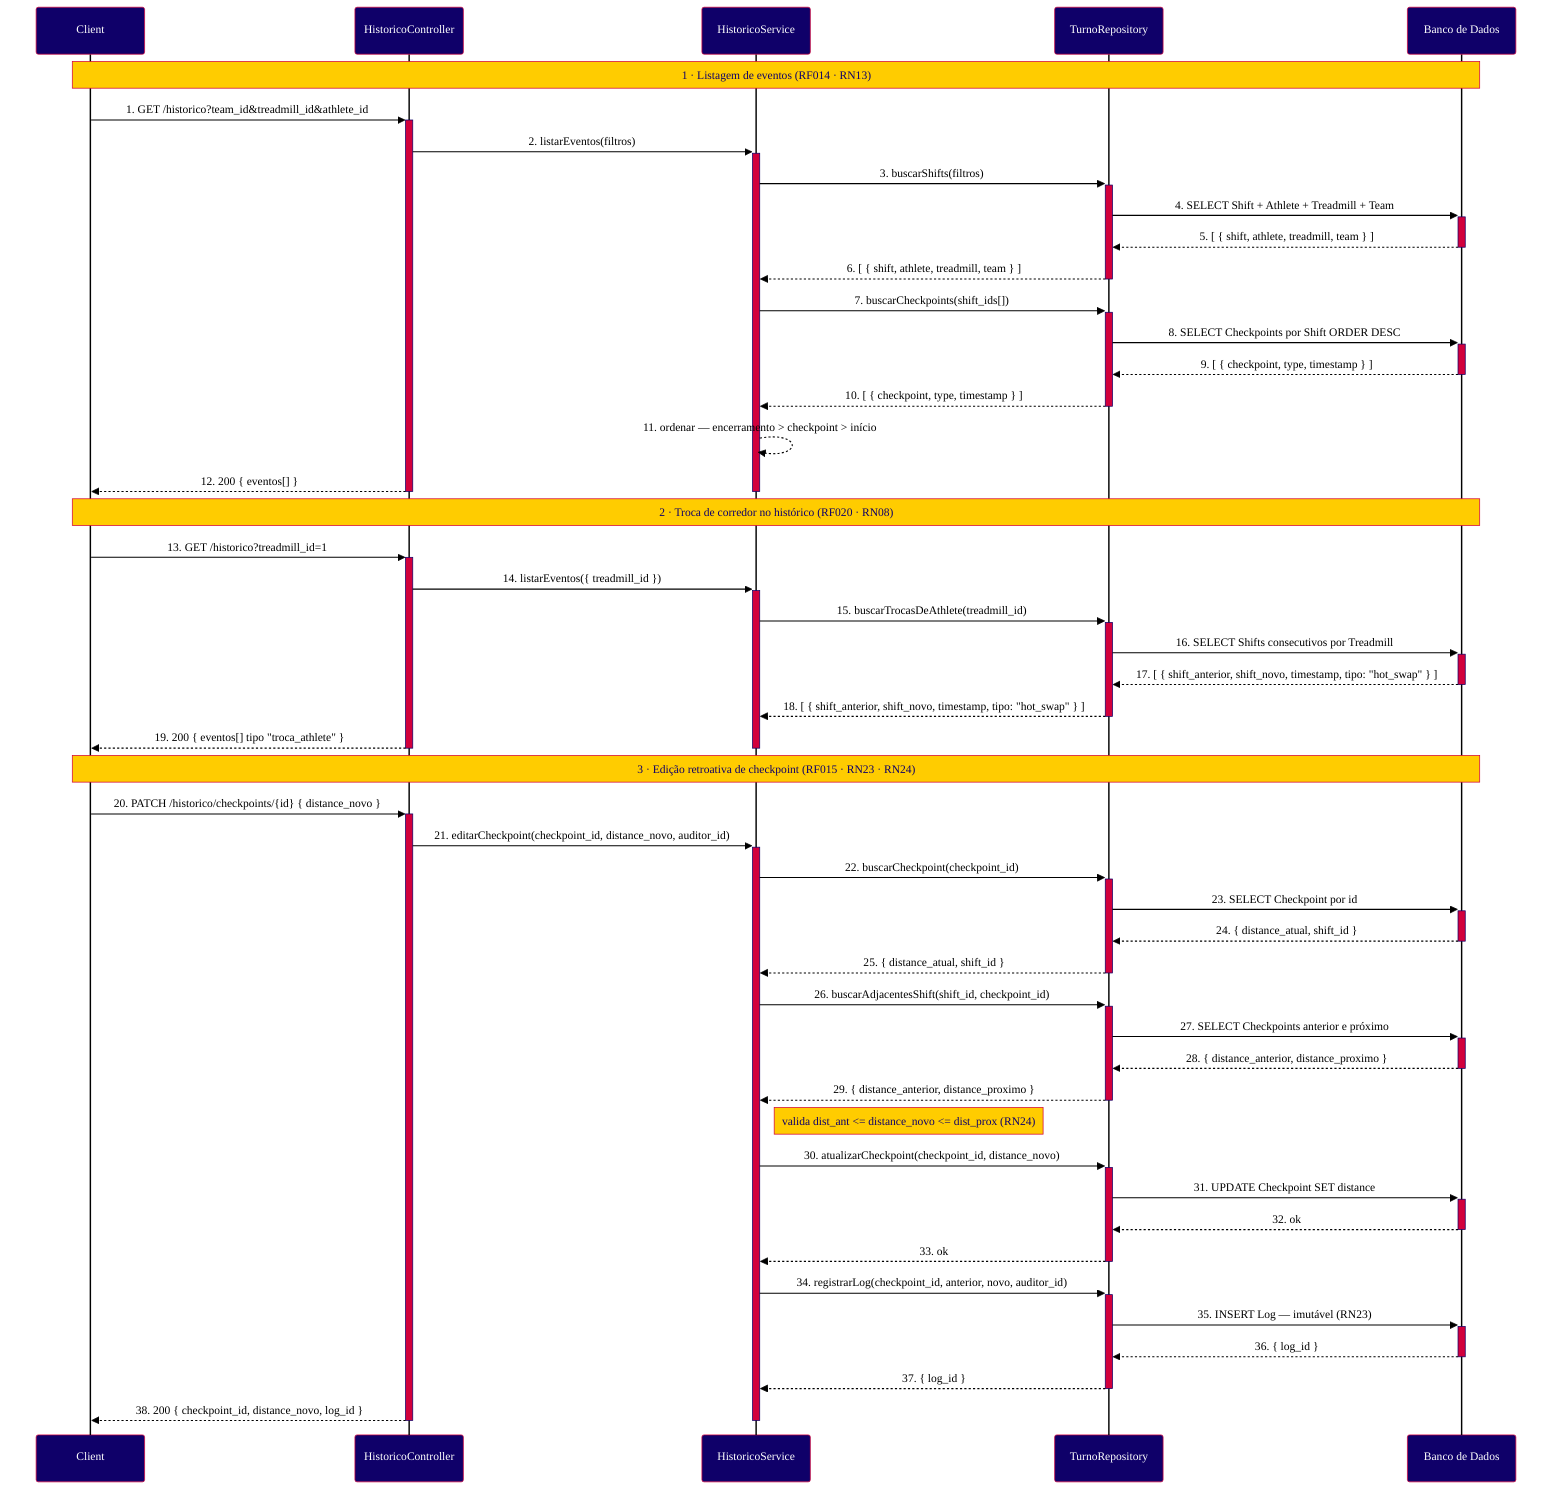
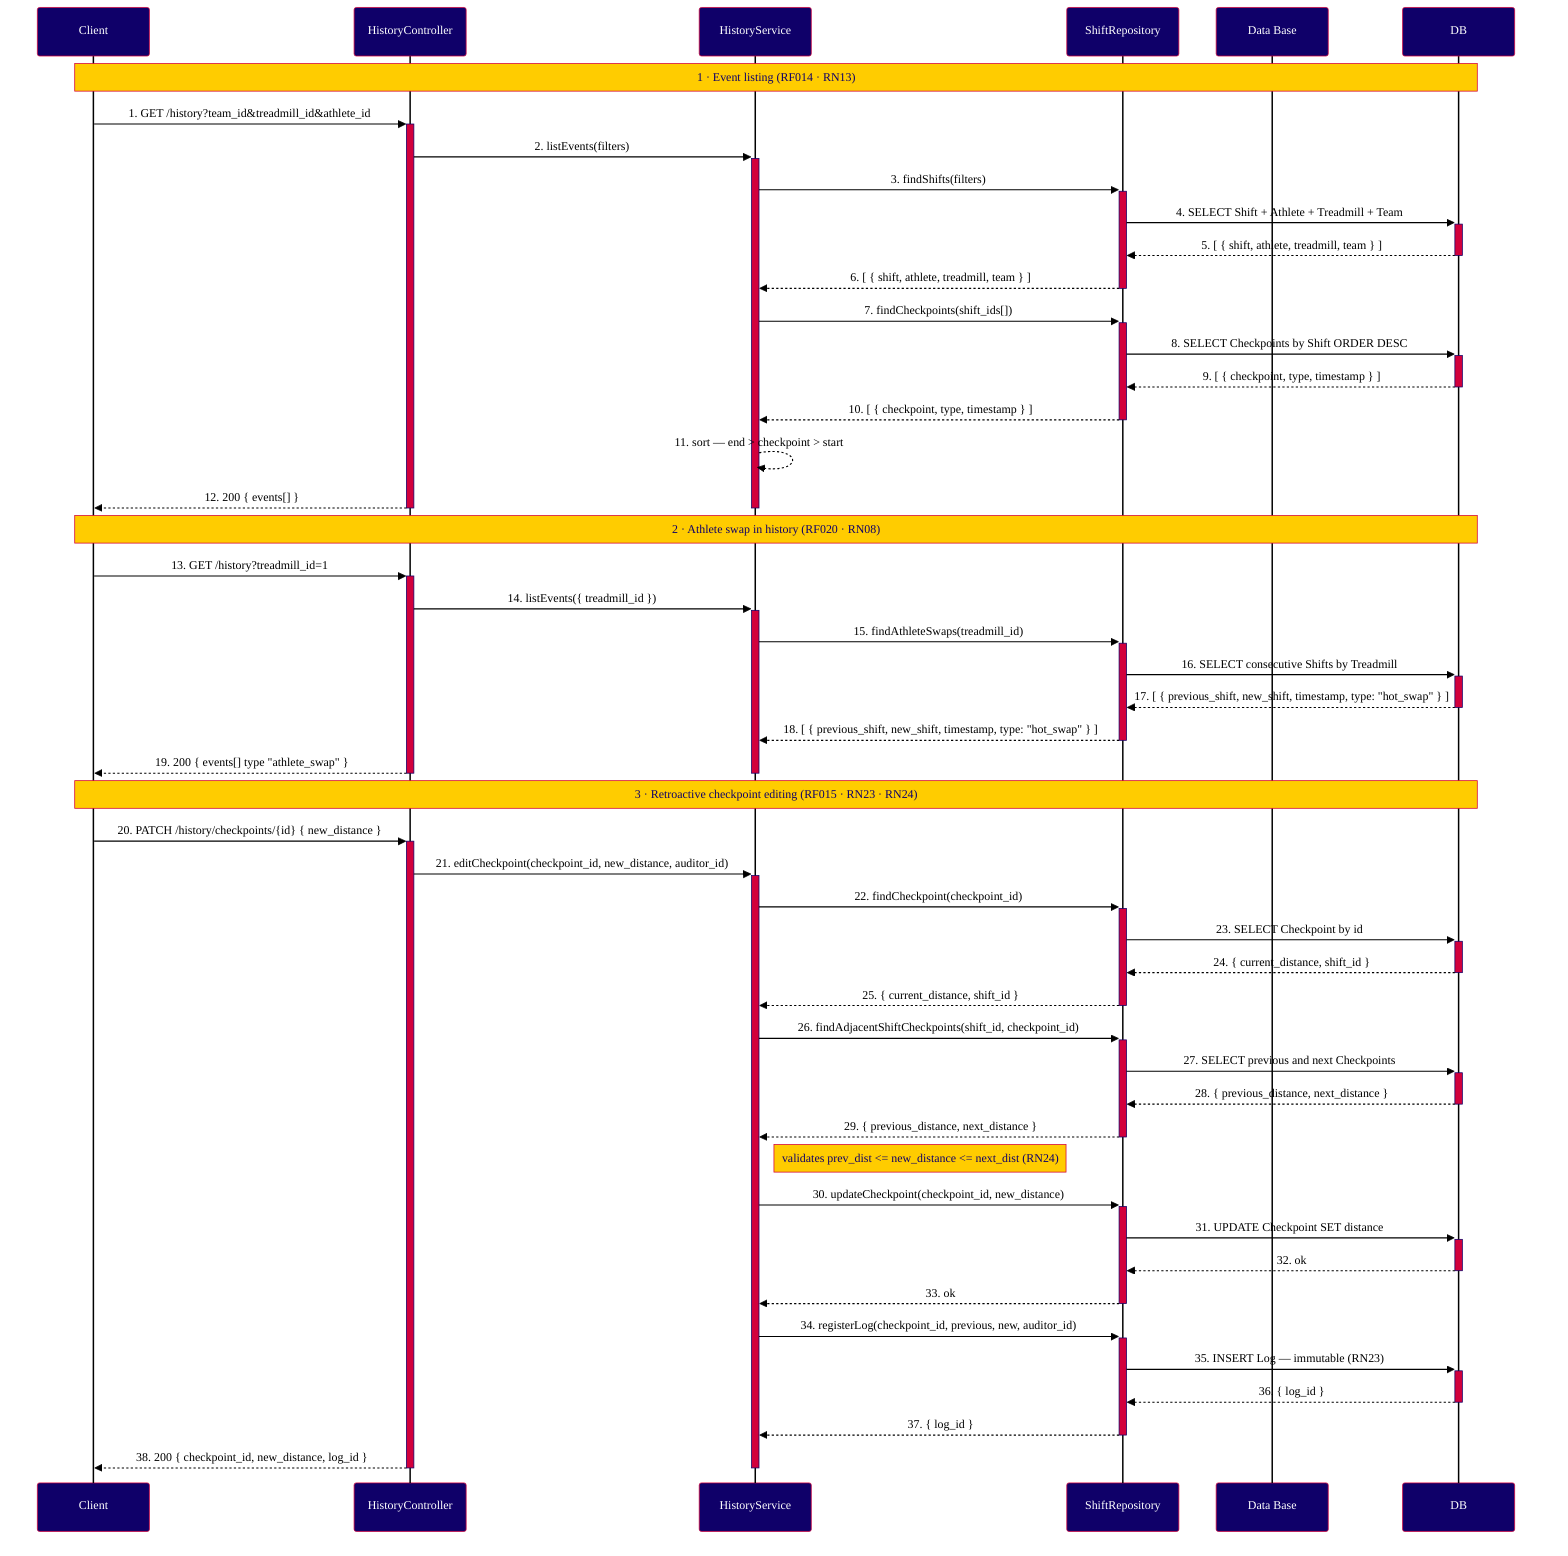

%%{init: {
  "theme": "base",
  "themeVariables": {
    "primaryColor": "#0F0069",
    "primaryTextColor": "#FFFFFF",
    "primaryBorderColor": "#D2003C",
    "secondaryColor": "#D2003C",
    "secondaryTextColor": "#FFFFFF",
    "secondaryBorderColor": "#D2003C",
    "tertiaryColor": "#E8E8F5",
    "tertiaryTextColor": "#0F0069",
    "tertiaryBorderColor": "#0F0069",
    "noteBkgColor": "#FFCC00",
    "noteTextColor": "#0F0069",
    "noteBorderColor": "#D2003C",
    "activationBkgColor": "#D2003C",
    "activationBorderColor": "#0F0069",
    "actorBkg": "#0F0069",
    "actorTextColor": "#FFFFFF",
    "actorBorderColor": "#D2003C",
    "actorLineColor": "#000000",
    "signalColor": "#000000",
    "signalTextColor": "#000000",
    "labelBoxBkgColor": "#E8E8F5",
    "labelBoxBorderColor": "#0F0069",
    "labelTextColor": "#0F0069",
    "loopTextColor": "#0F0069",
    "fontFamily": "Arial, sans-serif",
    "fontSize": "14px",
    "background": "#FFFFFF"
  }
}}%%
sequenceDiagram
    participant C as Client
-     participant HC as HistoricoController
-     participant HS as HistoricoService
-     participant TR as TurnoRepository
-     participant BD as Banco de Dados
+     participant HC as HistoryController
+     participant HS as HistoryService
+     participant TR as ShiftRepository
+     participant BD as Data Base

-     Note over C,BD: 1 · Listagem de eventos (RF014 · RN13)
+     Note over C,DB: 1 · Event listing (RF014 · RN13)

-     C->>+HC: 1. GET /historico?team_id&treadmill_id&athlete_id
-     HC->>+HS: 2. listarEventos(filtros)
-     HS->>+TR: 3. buscarShifts(filtros)
-     TR->>+BD: 4. SELECT Shift + Athlete + Treadmill + Team
-     BD-->>-TR: 5. [ { shift, athlete, treadmill, team } ]
+     C->>+HC: 1. GET /history?team_id&treadmill_id&athlete_id
+     HC->>+HS: 2. listEvents(filters)
+     HS->>+TR: 3. findShifts(filters)
+     TR->>+DB: 4. SELECT Shift + Athlete + Treadmill + Team
+     DB-->>-TR: 5. [ { shift, athlete, treadmill, team } ]
    TR-->>-HS: 6. [ { shift, athlete, treadmill, team } ]
-     HS->>+TR: 7. buscarCheckpoints(shift_ids[])
-     TR->>+BD: 8. SELECT Checkpoints por Shift ORDER DESC
-     BD-->>-TR: 9. [ { checkpoint, type, timestamp } ]
+ 
+     HS->>+TR: 7. findCheckpoints(shift_ids[])
+     TR->>+DB: 8. SELECT Checkpoints by Shift ORDER DESC
+     DB-->>-TR: 9. [ { checkpoint, type, timestamp } ]
    TR-->>-HS: 10. [ { checkpoint, type, timestamp } ]
-     HS-->>HS: 11. ordenar — encerramento > checkpoint > início
-     HC-->>-C: 12. 200 { eventos[] }
+ 
+     HS-->>HS: 11. sort — end > checkpoint > start
+     HC-->>-C: 12. 200 { events[] }
    deactivate HS

-     Note over C,BD: 2 · Troca de corredor no histórico (RF020 · RN08)
+     Note over C,DB: 2 · Athlete swap in history (RF020 · RN08)

-     C->>+HC: 13. GET /historico?treadmill_id=1
-     HC->>+HS: 14. listarEventos({ treadmill_id })
-     HS->>+TR: 15. buscarTrocasDeAthlete(treadmill_id)
-     TR->>+BD: 16. SELECT Shifts consecutivos por Treadmill
-     BD-->>-TR: 17. [ { shift_anterior, shift_novo, timestamp, tipo: "hot_swap" } ]
-     TR-->>-HS: 18. [ { shift_anterior, shift_novo, timestamp, tipo: "hot_swap" } ]
-     HC-->>-C: 19. 200 { eventos[] tipo "troca_athlete" }
+     C->>+HC: 13. GET /history?treadmill_id=1
+     HC->>+HS: 14. listEvents({ treadmill_id })
+     HS->>+TR: 15. findAthleteSwaps(treadmill_id)
+     TR->>+DB: 16. SELECT consecutive Shifts by Treadmill
+     DB-->>-TR: 17. [ { previous_shift, new_shift, timestamp, type: "hot_swap" } ]
+     TR-->>-HS: 18. [ { previous_shift, new_shift, timestamp, type: "hot_swap" } ]
+ 
+     HC-->>-C: 19. 200 { events[] type "athlete_swap" }
    deactivate HS

-     Note over C,BD: 3 · Edição retroativa de checkpoint (RF015 · RN23 · RN24)
+     Note over C,DB: 3 · Retroactive checkpoint editing (RF015 · RN23 · RN24)

-     C->>+HC: 20. PATCH /historico/checkpoints/{id} { distance_novo }
-     HC->>+HS: 21. editarCheckpoint(checkpoint_id, distance_novo, auditor_id)
-     HS->>+TR: 22. buscarCheckpoint(checkpoint_id)
-     TR->>+BD: 23. SELECT Checkpoint por id
-     BD-->>-TR: 24. { distance_atual, shift_id }
-     TR-->>-HS: 25. { distance_atual, shift_id }
-     HS->>+TR: 26. buscarAdjacentesShift(shift_id, checkpoint_id)
-     TR->>+BD: 27. SELECT Checkpoints anterior e próximo
-     BD-->>-TR: 28. { distance_anterior, distance_proximo }
-     TR-->>-HS: 29. { distance_anterior, distance_proximo }
-     Note right of HS: valida dist_ant <= distance_novo <= dist_prox (RN24)
-     HS->>+TR: 30. atualizarCheckpoint(checkpoint_id, distance_novo)
-     TR->>+BD: 31. UPDATE Checkpoint SET distance
-     BD-->>-TR: 32. ok
+     C->>+HC: 20. PATCH /history/checkpoints/{id} { new_distance }
+     HC->>+HS: 21. editCheckpoint(checkpoint_id, new_distance, auditor_id)
+ 
+     HS->>+TR: 22. findCheckpoint(checkpoint_id)
+     TR->>+DB: 23. SELECT Checkpoint by id
+     DB-->>-TR: 24. { current_distance, shift_id }
+     TR-->>-HS: 25. { current_distance, shift_id }
+ 
+     HS->>+TR: 26. findAdjacentShiftCheckpoints(shift_id, checkpoint_id)
+     TR->>+DB: 27. SELECT previous and next Checkpoints
+     DB-->>-TR: 28. { previous_distance, next_distance }
+     TR-->>-HS: 29. { previous_distance, next_distance }
+ 
+     Note right of HS: validates prev_dist <= new_distance <= next_dist (RN24)
+ 
+     HS->>+TR: 30. updateCheckpoint(checkpoint_id, new_distance)
+     TR->>+DB: 31. UPDATE Checkpoint SET distance
+     DB-->>-TR: 32. ok
    TR-->>-HS: 33. ok
-     HS->>+TR: 34. registrarLog(checkpoint_id, anterior, novo, auditor_id)
-     TR->>+BD: 35. INSERT Log — imutável (RN23)
-     BD-->>-TR: 36. { log_id }
+ 
+     HS->>+TR: 34. registerLog(checkpoint_id, previous, new, auditor_id)
+     TR->>+DB: 35. INSERT Log — immutable (RN23)
+     DB-->>-TR: 36. { log_id }
    TR-->>-HS: 37. { log_id }
-     HC-->>-C: 38. 200 { checkpoint_id, distance_novo, log_id }
-     deactivate HS
+ 
+     HC-->>-C: 38. 200 { checkpoint_id, new_distance, log_id }
+     deactivate HS